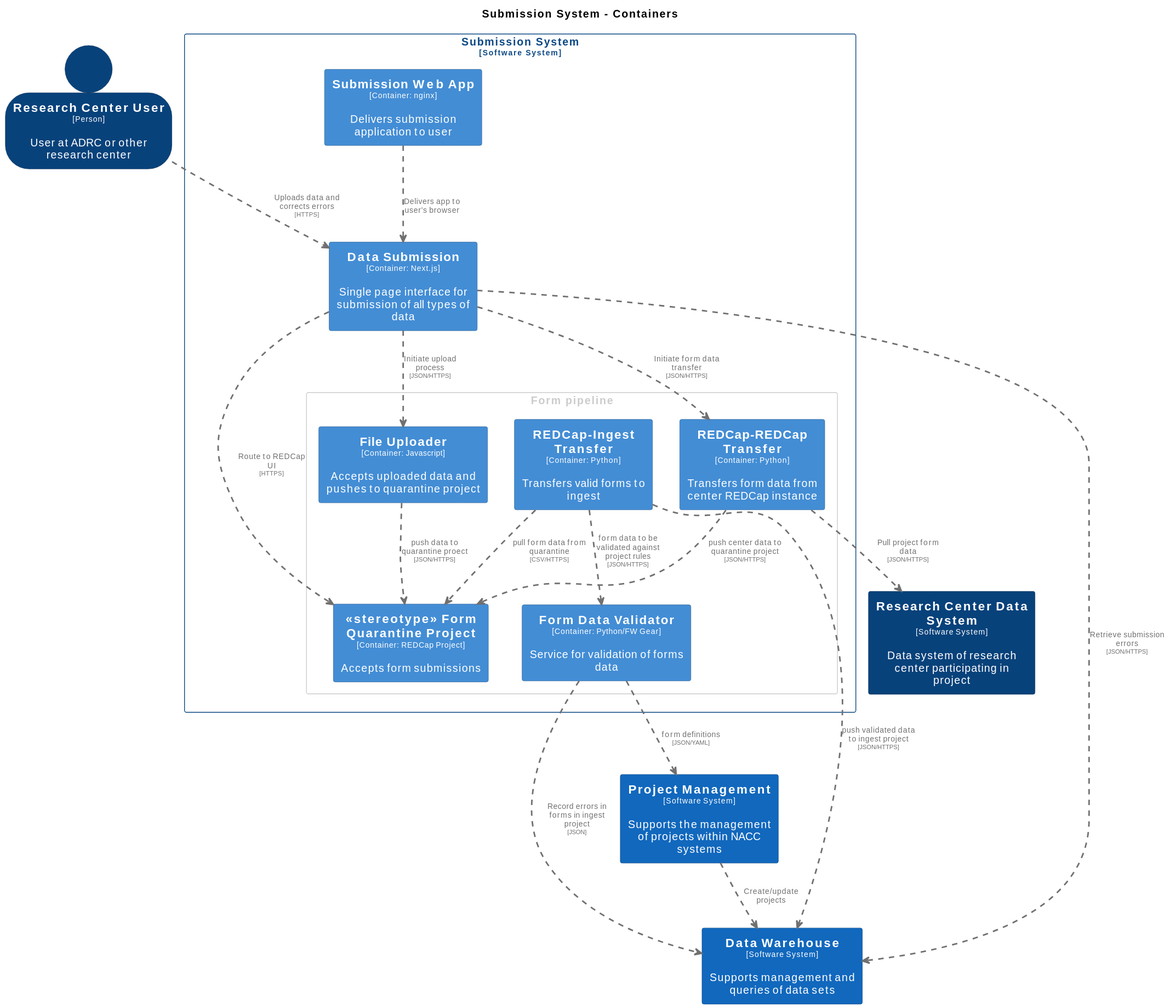
The PlantUML diagram docs/images/structurizr-SubmissionContainers.svg in naccdata/system-design, before a commit.
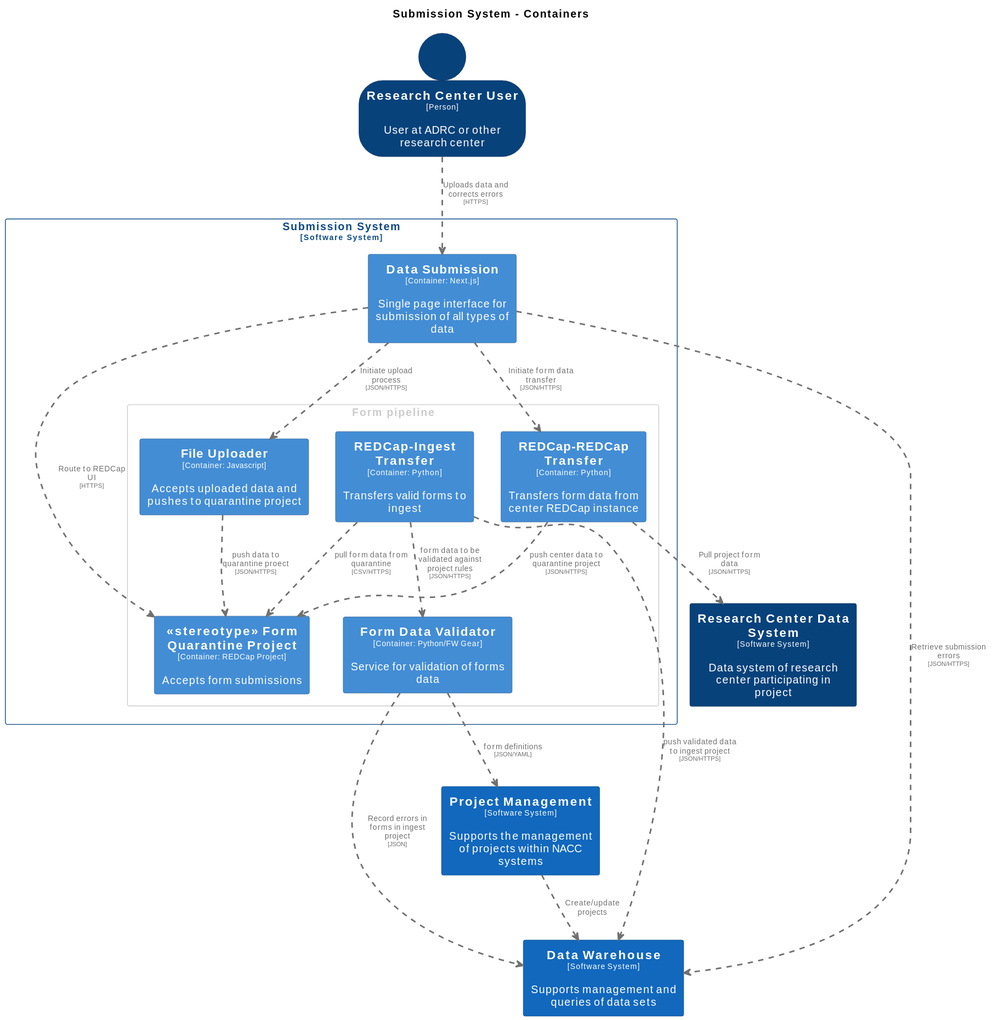
After the change.

Commit message:
Remove web app from submission architecture diagram

The edit, as a diff of the source:
```diff
@@ -64,11 +64,6 @@
   FontColor #ffffff
   BorderColor #052e56
 }
-skinparam rectangle<<SubmissionSystem.SubmissionWebApp>> {
-  BackgroundColor #438dd5
-  FontColor #ffffff
-  BorderColor #2e6295
-}
 
 person "==Research Center User\n<size:10>[Person]</size>\n\nUser at ADRC or other research center" <<ResearchCenterUser>> as ResearchCenterUser
 rectangle "==Data Warehouse\n<size:10>[Software System]</size>\n\nSupports management and queries of data sets" <<DataWarehouse>> as DataWarehouse
@@ -91,7 +86,6 @@
   }
 
   rectangle "==Data Submission\n<size:10>[Container: Next.js]</size>\n\nSingle page interface for submission of all types of data" <<SubmissionSystem.DataSubmission>> as SubmissionSystem.DataSubmission
-  rectangle "==Submission Web App\n<size:10>[Container: nginx]</size>\n\nDelivers submission application to user" <<SubmissionSystem.SubmissionWebApp>> as SubmissionSystem.SubmissionWebApp
 }
 
 ResearchCenterUser .[#707070,thickness=2].> SubmissionSystem.DataSubmission : "<color:#707070>Uploads data and corrects errors\n<color:#707070><size:8>[HTTPS]</size>"
@@ -108,5 +102,4 @@
 SubmissionSystem.DataSubmission .[#707070,thickness=2].> SubmissionSystem.stereotypeFormQuarantineProject : "<color:#707070>Route to REDCap UI\n<color:#707070><size:8>[HTTPS]</size>"
 SubmissionSystem.DataSubmission .[#707070,thickness=2].> SubmissionSystem.FileUploader : "<color:#707070>Initiate upload process\n<color:#707070><size:8>[JSON/HTTPS]</size>"
 SubmissionSystem.DataSubmission .[#707070,thickness=2].> DataWarehouse : "<color:#707070>Retrieve submission errors\n<color:#707070><size:8>[JSON/HTTPS]</size>"
-SubmissionSystem.SubmissionWebApp .[#707070,thickness=2].> SubmissionSystem.DataSubmission : "<color:#707070>Delivers app to user's browser"
 @enduml
```
